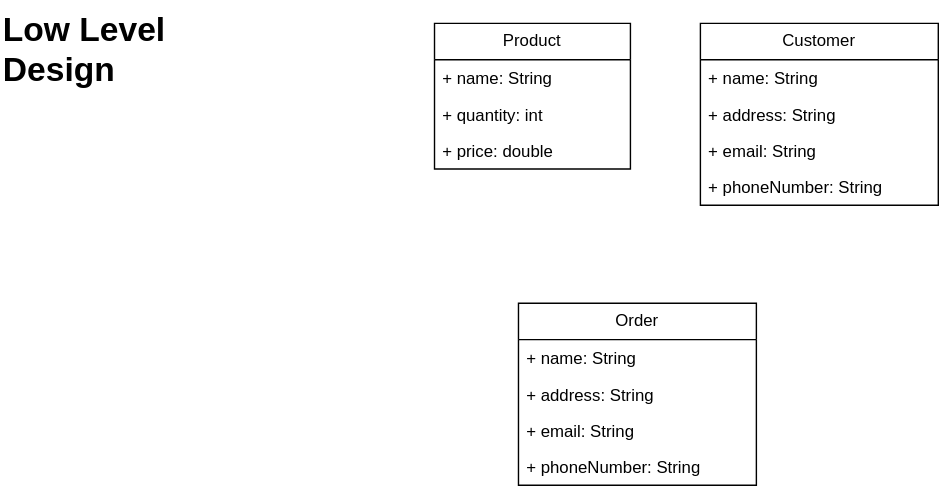
This is OnlineShoppingSystem.drawio.svg from uchiharizvi/design-diagrams, a draw.io export, as it was before one commit. Source tidied: cells renumbered, new cells last; positions are measured from the earlier drawing's top-left corner, leaving out a move shared by most shapes.
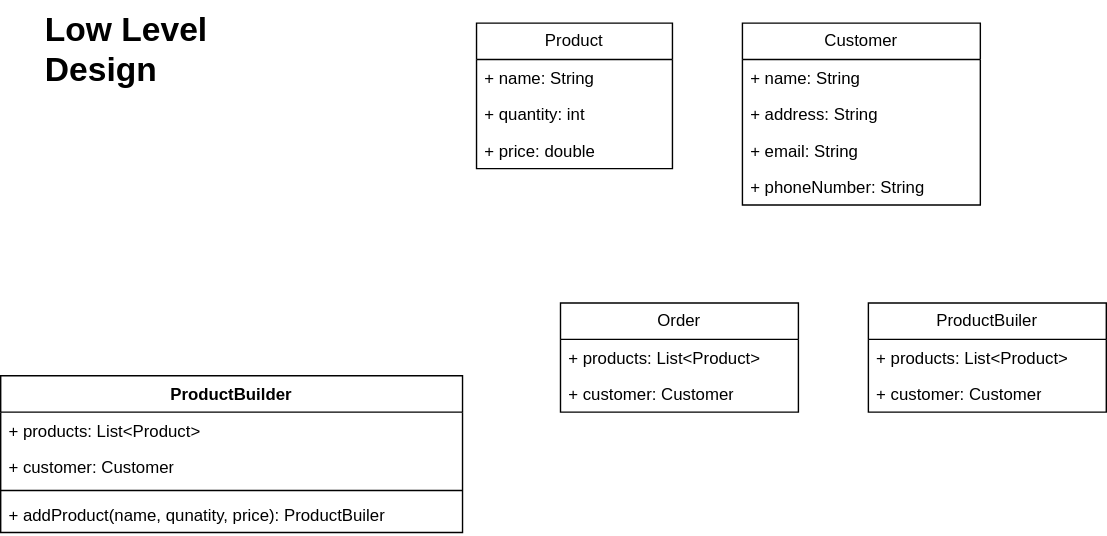
After the commit.

The edit, as a diff of the source:
```diff
@@ -30,22 +30,40 @@
       <mxGeometry y="104" width="170" height="26" as="geometry" />
     </mxCell>
     <mxCell id="11" value="Order" style="swimlane;fontStyle=0;horizontal=1;startSize=26;fillColor=none;whiteSpace=wrap;html=1;" parent="1" vertex="1">
-      <mxGeometry x="370" y="216" width="170" height="130" as="geometry" />
+      <mxGeometry x="370" y="216" width="170" height="78" as="geometry" />
     </mxCell>
-    <mxCell id="12" value="+ name: String" style="text;strokeColor=none;fillColor=none;align=left;verticalAlign=top;spacingLeft=4;spacingRight=4;overflow=hidden;whiteSpace=wrap;html=1;" parent="11" vertex="1">
+    <mxCell id="12" value="+ products: List&amp;lt;Product&amp;gt;" style="text;strokeColor=none;fillColor=none;align=left;verticalAlign=top;spacingLeft=4;spacingRight=4;overflow=hidden;whiteSpace=wrap;html=1;" parent="11" vertex="1">
       <mxGeometry y="26" width="170" height="26" as="geometry" />
     </mxCell>
-    <mxCell id="13" value="+ address: String" style="text;strokeColor=none;fillColor=none;align=left;verticalAlign=top;spacingLeft=4;spacingRight=4;overflow=hidden;whiteSpace=wrap;html=1;" parent="11" vertex="1">
+    <mxCell id="13" value="+ customer: Customer" style="text;strokeColor=none;fillColor=none;align=left;verticalAlign=top;spacingLeft=4;spacingRight=4;overflow=hidden;whiteSpace=wrap;html=1;" parent="11" vertex="1">
       <mxGeometry y="52" width="170" height="26" as="geometry" />
     </mxCell>
-    <mxCell id="14" value="+ email: String" style="text;strokeColor=none;fillColor=none;align=left;verticalAlign=top;spacingLeft=4;spacingRight=4;overflow=hidden;whiteSpace=wrap;html=1;" parent="11" vertex="1">
-      <mxGeometry y="78" width="170" height="26" as="geometry" />
-    </mxCell>
-    <mxCell id="15" value="+ phoneNumber: String" style="text;strokeColor=none;fillColor=none;align=left;verticalAlign=top;spacingLeft=4;spacingRight=4;overflow=hidden;whiteSpace=wrap;html=1;" parent="11" vertex="1">
-      <mxGeometry y="104" width="170" height="26" as="geometry" />
-    </mxCell>
     <mxCell id="16" value="&lt;h1 style=&quot;margin-top: 0px;&quot;&gt;Low Level Design&lt;/h1&gt;&lt;p&gt;&lt;br&gt;&lt;/p&gt;" style="text;html=1;whiteSpace=wrap;overflow=hidden;rounded=0;" parent="1" vertex="1">
       <mxGeometry width="180" height="66" as="geometry" />
     </mxCell>
+    <mxCell id="17" value="ProductBuiler" style="swimlane;fontStyle=0;horizontal=1;startSize=26;fillColor=none;whiteSpace=wrap;html=1;" parent="1" vertex="1">
+      <mxGeometry x="590" y="216" width="170" height="78" as="geometry" />
+    </mxCell>
+    <mxCell id="18" value="+ products: List&amp;lt;Product&amp;gt;" style="text;strokeColor=none;fillColor=none;align=left;verticalAlign=top;spacingLeft=4;spacingRight=4;overflow=hidden;whiteSpace=wrap;html=1;" parent="17" vertex="1">
+      <mxGeometry y="26" width="170" height="26" as="geometry" />
+    </mxCell>
+    <mxCell id="19" value="+ customer: Customer" style="text;strokeColor=none;fillColor=none;align=left;verticalAlign=top;spacingLeft=4;spacingRight=4;overflow=hidden;whiteSpace=wrap;html=1;" parent="17" vertex="1">
+      <mxGeometry y="52" width="170" height="26" as="geometry" />
+    </mxCell>
+    <mxCell id="20" value="ProductBuilder" style="swimlane;fontStyle=1;align=center;verticalAlign=top;horizontal=1;startSize=26;whiteSpace=wrap;html=1;" parent="1" vertex="1">
+      <mxGeometry x="-30" y="268" width="330" height="112" as="geometry" />
+    </mxCell>
+    <mxCell id="21" value="+ products: List&amp;lt;Product&amp;gt;" style="text;strokeColor=none;fillColor=none;align=left;verticalAlign=top;spacingLeft=4;spacingRight=4;overflow=hidden;whiteSpace=wrap;html=1;" parent="20" vertex="1">
+      <mxGeometry y="26" width="330" height="26" as="geometry" />
+    </mxCell>
+    <mxCell id="22" value="+ customer: Customer" style="text;strokeColor=none;fillColor=none;align=left;verticalAlign=top;spacingLeft=4;spacingRight=4;overflow=hidden;whiteSpace=wrap;html=1;" parent="20" vertex="1">
+      <mxGeometry y="52" width="330" height="26" as="geometry" />
+    </mxCell>
+    <mxCell id="23" style="line;strokeWidth=1;fillColor=none;align=left;verticalAlign=middle;spacingTop=-1;spacingLeft=3;spacingRight=3;labelPosition=right;strokeColor=inherit;" parent="20" vertex="1">
+      <mxGeometry y="78" width="330" height="8" as="geometry" />
+    </mxCell>
+    <mxCell id="24" value="+ addProduct(name, qunatity, price): ProductBuiler" style="text;strokeColor=none;fillColor=none;align=left;verticalAlign=top;spacingLeft=4;spacingRight=4;overflow=hidden;whiteSpace=wrap;html=1;" parent="20" vertex="1">
+      <mxGeometry y="86" width="330" height="26" as="geometry" />
+    </mxCell>
   </root>
 </mxGraphModel>
```
